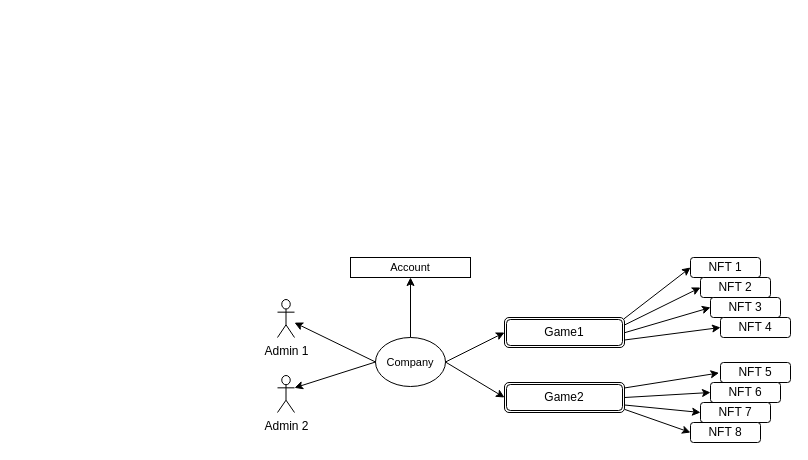
The draw.io diagram 未命名绘图.drawio in Zhashilunbu/Diagrams, before the edit. Source tidied: cells renumbered, new cells numbered last; positions are measured from the earlier drawing's top-left corner, leaving out a move shared by most shapes. Both pictures are drawn from the tidied source at 100%, with x=0, y=0 at pixel (277, 257).
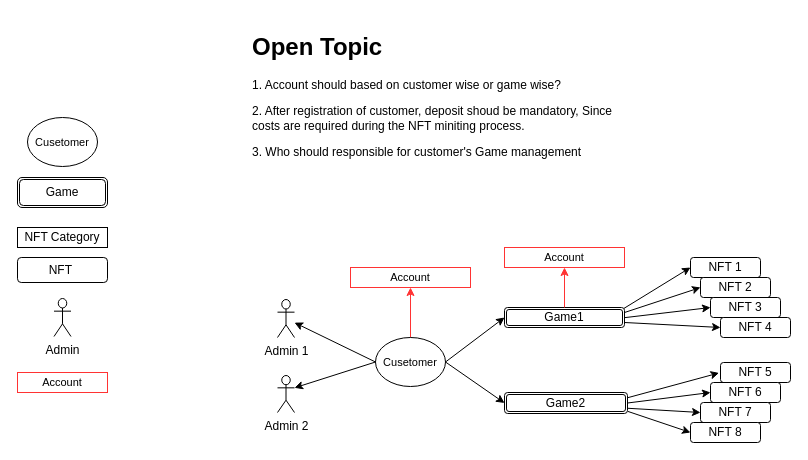
The same diagram, later.

The change refers to these unchanged cells:
```xml
<mxCell id="25" value="NFT 5" style="whiteSpace=wrap;html=1;rounded=1;" parent="1" vertex="1">
  <mxGeometry x="443" y="105" width="70" height="20" as="geometry" />
</mxCell>
```

The edit, as a diff of the source:
```diff
@@
     <mxCell id="8" value="Game1" style="shape=ext;double=1;rounded=1;whiteSpace=wrap;html=1;" parent="1" vertex="1">
-      <mxGeometry x="227" y="60" width="120" height="30" as="geometry" />
+      <mxGeometry x="227" y="50" width="120" height="20" as="geometry" />
     </mxCell>
@@
-    <mxCell id="12" style="edgeStyle=none;rounded=0;jettySize=auto;html=1;entryX=-0.021;entryY=0.522;entryDx=0;entryDy=0;entryPerimeter=0;" parent="1" edge="1" source="13" target="25">
+    <mxCell id="12" style="edgeStyle=none;rounded=0;jettySize=auto;html=1;entryX=-0.021;entryY=0.522;entryDx=0;entryDy=0;entryPerimeter=0;exitX=1;exitY=0.25;exitDx=0;exitDy=0;" parent="1" edge="1" source="13" target="25">
       <mxGeometry relative="1" as="geometry" />
     </mxCell>
     <mxCell id="13" value="Game2" style="shape=ext;double=1;rounded=1;whiteSpace=wrap;html=1;" parent="1" vertex="1">
-      <mxGeometry x="227" y="125" width="120" height="30" as="geometry" />
+      <mxGeometry x="227" y="135" width="123" height="21" as="geometry" />
     </mxCell>
@@
-    <mxCell id="22" style="edgeStyle=none;rounded=0;jettySize=auto;html=1;fontSize=11;entryX=0.5;entryY=1;entryDx=0;entryDy=0;" parent="1" edge="1" source="23" target="24">
+    <mxCell id="22" style="edgeStyle=none;rounded=0;jettySize=auto;html=1;fontSize=11;entryX=0.5;entryY=1;entryDx=0;entryDy=0;strokeColor=#FF3333;" parent="1" edge="1" source="23" target="24">
       <mxGeometry relative="1" as="geometry" />
     </mxCell>
-    <mxCell id="23" value="Company" style="ellipse;whiteSpace=wrap;html=1;fontSize=11;" parent="1" vertex="1">
+    <mxCell id="23" value="Cusetomer" style="ellipse;whiteSpace=wrap;html=1;fontSize=11;" parent="1" vertex="1">
       <mxGeometry x="98" y="80" width="70" height="49" as="geometry" />
     </mxCell>
-    <mxCell id="24" value="Account" style="rounded=0;whiteSpace=wrap;html=1;fontSize=11;" parent="1" vertex="1">
-      <mxGeometry x="73" width="120" height="20" as="geometry" />
+    <mxCell id="24" value="Account" style="rounded=0;whiteSpace=wrap;html=1;fontSize=11;strokeColor=#FF3333;" parent="1" vertex="1">
+      <mxGeometry x="73" y="10" width="120" height="20" as="geometry" />
     </mxCell>
@@
+    <mxCell id="29" style="edgeStyle=none;rounded=0;jettySize=auto;html=1;fontSize=11;entryX=0.5;entryY=1;entryDx=0;entryDy=0;strokeColor=#FF3333;exitX=0.5;exitY=0;exitDx=0;exitDy=0;" parent="1" edge="1" source="8" target="30">
+      <mxGeometry relative="1" as="geometry" />
+    </mxCell>
+    <mxCell id="30" value="Account" style="rounded=0;whiteSpace=wrap;html=1;fontSize=11;strokeColor=#FF3333;" parent="1" vertex="1">
+      <mxGeometry x="227" y="-10" width="120" height="20" as="geometry" />
+    </mxCell>
+    <mxCell id="31" value="NFT Category" style="rounded=0;whiteSpace=wrap;html=1;strokeColor=#000000;" parent="1" vertex="1">
+      <mxGeometry x="-260" y="-30" width="90" height="20" as="geometry" />
+    </mxCell>
+    <mxCell id="32" value="Cusetomer" style="ellipse;whiteSpace=wrap;html=1;fontSize=11;" parent="1" vertex="1">
+      <mxGeometry x="-250" y="-140" width="70" height="49" as="geometry" />
+    </mxCell>
+    <mxCell id="33" value="Game" style="shape=ext;double=1;rounded=1;whiteSpace=wrap;html=1;" parent="1" vertex="1">
+      <mxGeometry x="-260" y="-80" width="90" height="30" as="geometry" />
+    </mxCell>
+    <mxCell id="34" value="NFT&amp;nbsp;" style="whiteSpace=wrap;html=1;rounded=1;" parent="1" vertex="1">
+      <mxGeometry x="-260" width="90" height="25" as="geometry" />
+    </mxCell>
+    <mxCell id="35" value="Admin" style="shape=umlActor;verticalLabelPosition=bottom;verticalAlign=top;html=1;" parent="1" vertex="1">
+      <mxGeometry x="-223.5" y="41" width="17" height="38" as="geometry" />
+    </mxCell>
+    <mxCell id="36" value="Account" style="rounded=0;whiteSpace=wrap;html=1;fontSize=11;strokeColor=#FF3333;" parent="1" vertex="1">
+      <mxGeometry x="-260" y="115" width="90" height="20" as="geometry" />
+    </mxCell>
+    <mxCell id="37" value="&lt;h1&gt;Open Topic&lt;/h1&gt;&lt;p&gt;1. Account should based on customer wise or game wise?&lt;/p&gt;&lt;p&gt;2. After registration of customer, deposit shoud be mandatory, Since costs are required during the NFT miniting process.&amp;nbsp;&lt;/p&gt;&lt;p&gt;3. Who should responsible for customer's Game management&amp;nbsp;&lt;/p&gt;" style="text;html=1;strokeColor=none;fillColor=none;spacing=5;spacingTop=-20;whiteSpace=wrap;overflow=hidden;rounded=0;" parent="1" vertex="1">
+      <mxGeometry x="-30" y="-230" width="380" height="160" as="geometry" />
+    </mxCell>
```
